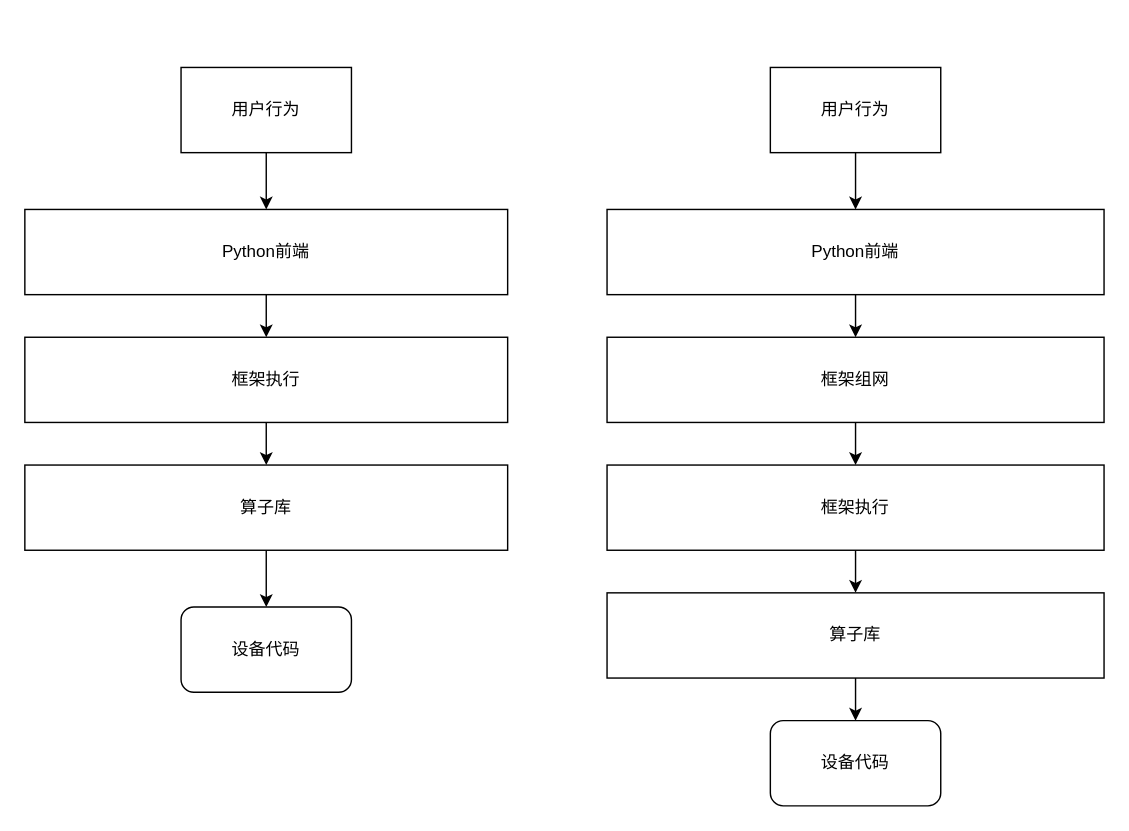
The draw.io diagram Dygraph_Simple.drawio in JiabinYang/Doc, before the edit. Source tidied: cells renumbered, new cells numbered last; positions are measured from the earlier drawing's top-left corner, leaving out a move shared by most shapes. Both pictures are drawn from the tidied source at 142%, with x=0, y=0 at pixel (24, 67).
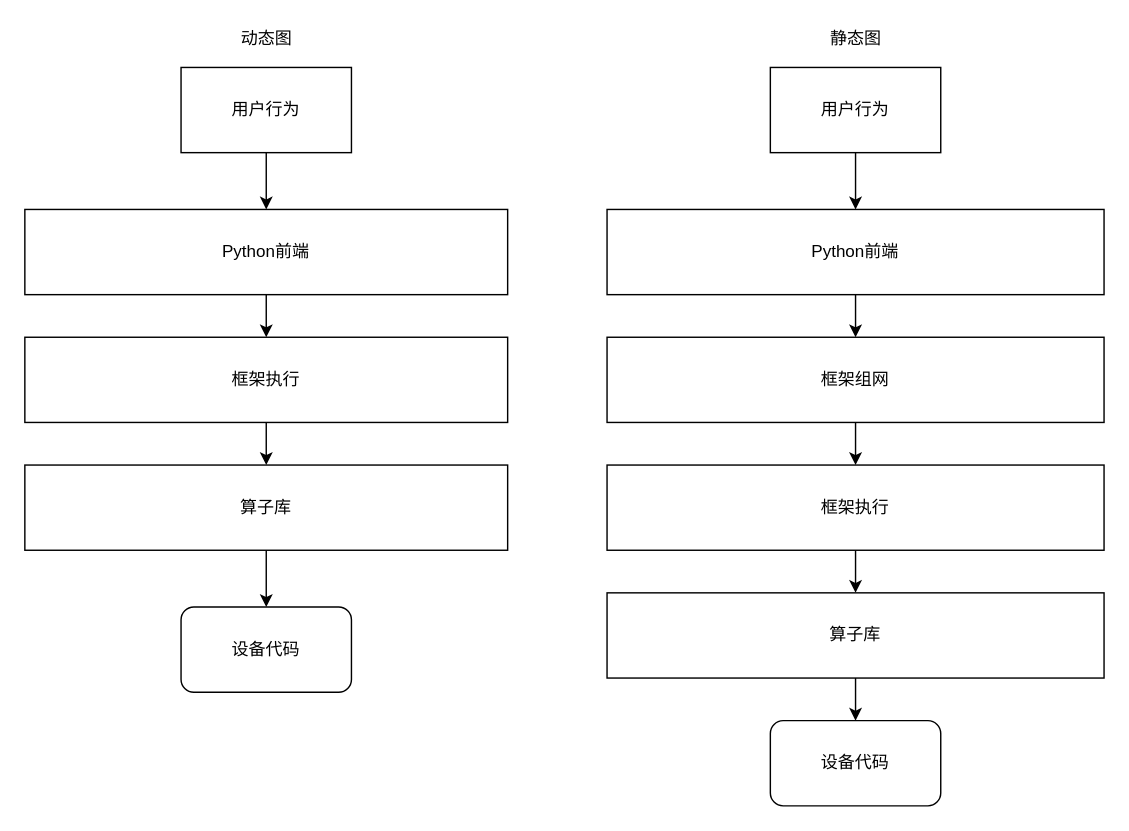
The same diagram, later.

Diff of the diagram source:
```diff
@@
+    <mxCell id="22" value="动态图" style="text;html=1;align=center;verticalAlign=middle;strokeColor=none;fillColor=none;" parent="1" vertex="1">
+      <mxGeometry x="145" y="-30" width="50" height="20" as="geometry" />
+    </mxCell>
+    <mxCell id="23" value="静态图" style="text;html=1;align=center;verticalAlign=middle;strokeColor=none;fillColor=none;" parent="1" vertex="1">
+      <mxGeometry x="560" y="-30" width="50" height="20" as="geometry" />
+    </mxCell>
```
